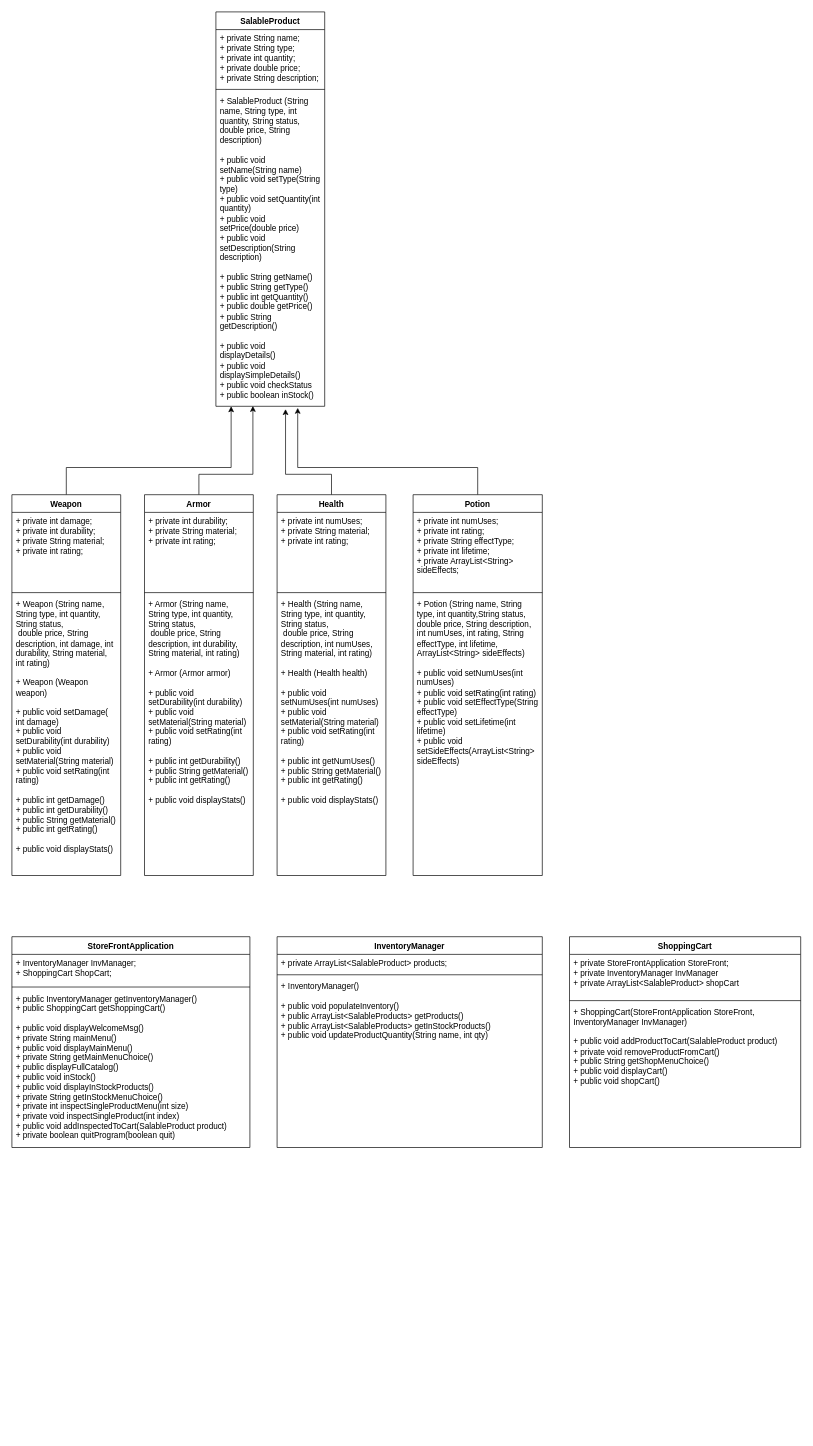
The draw.io diagram CST-239 (Java II)/workspaceCST-239/classProject/UMLs/ClassProjectUMLs.drawio in Kohl2233/KohlGCU, before the edit. Source tidied: cells renumbered, new cells numbered last; positions are measured from the earlier drawing's top-left corner, leaving out a move shared by most shapes. Both pictures are drawn from the tidied source at 68%, with x=0, y=0 at pixel (12, 12).
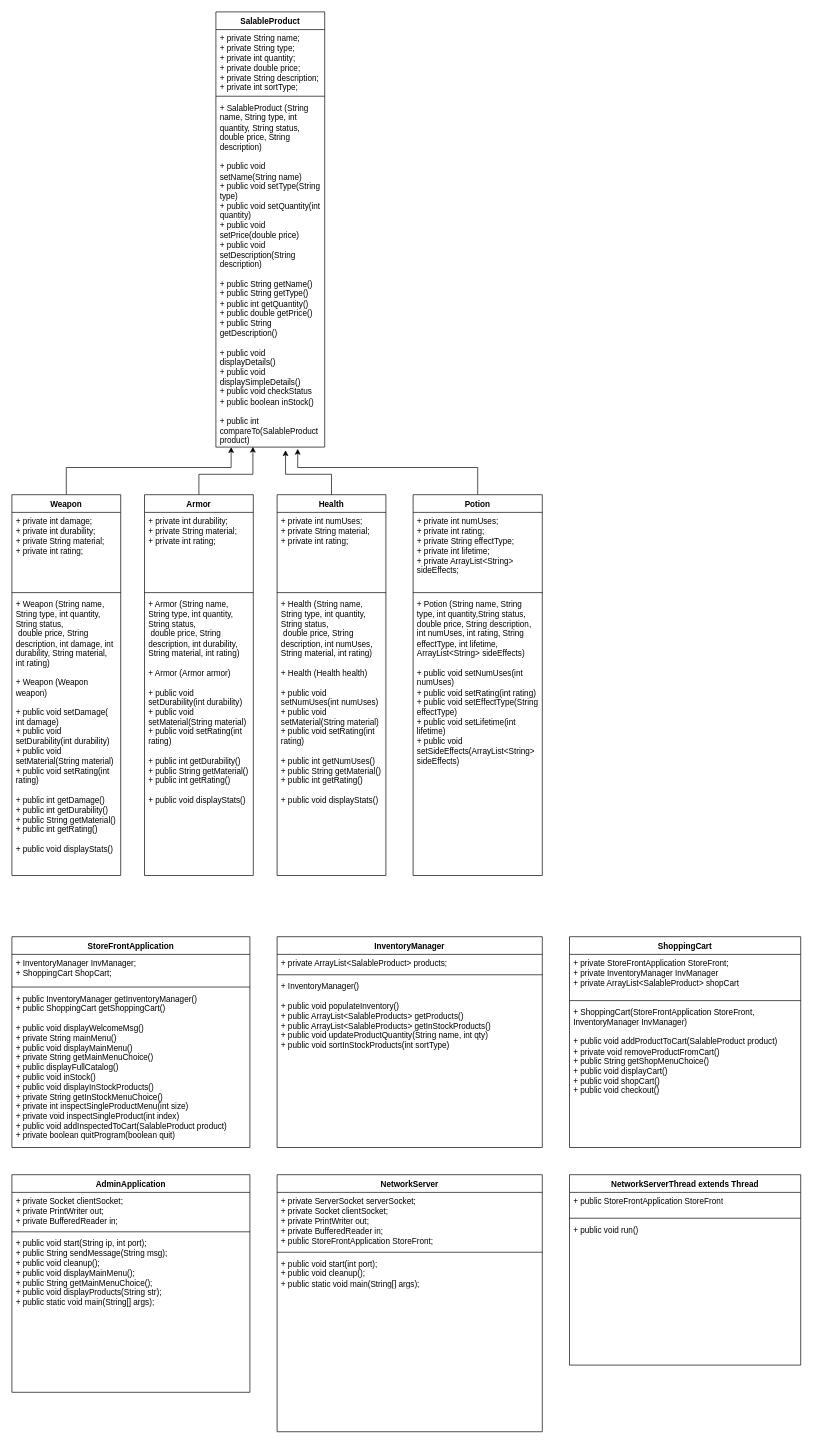
After the change.

The change refers to these unchanged cells:
```xml
<mxCell id="30" value="InventoryManager" style="swimlane;fontStyle=1;align=center;verticalAlign=top;horizontal=1;startSize=26;whiteSpace=wrap;html=1;" parent="1" vertex="1">
  <mxGeometry x="390" y="1360" width="390" height="310" as="geometry" />
</mxCell>
<mxCell id="34" value="ShoppingCart" style="swimlane;fontStyle=1;align=center;verticalAlign=top;horizontal=1;startSize=26;whiteSpace=wrap;html=1;" parent="1" vertex="1">
  <mxGeometry x="820" y="1360" width="340" height="310" as="geometry" />
</mxCell>
```

The edit, as a diff of the source:
```diff
@@
     <mxCell id="2" value="SalableProduct" style="swimlane;fontStyle=1;align=center;verticalAlign=top;horizontal=1;startSize=26;whiteSpace=wrap;html=1;" parent="1" vertex="1">
-      <mxGeometry x="300" width="160" height="580" as="geometry" />
+      <mxGeometry x="300" width="160" height="640" as="geometry" />
     </mxCell>
-    <mxCell id="3" value="+ private String name;&lt;br style=&quot;border-color: var(--border-color);&quot;&gt;+ private String type;&lt;br style=&quot;border-color: var(--border-color);&quot;&gt;+ private int quantity;&lt;br style=&quot;border-color: var(--border-color);&quot;&gt;+ private double price;&lt;br&gt;+ private String description;" style="text;strokeColor=none;fillColor=none;align=left;verticalAlign=top;spacingLeft=4;spacingRight=4;overflow=hidden;whiteSpace=wrap;html=1;" parent="2" vertex="1">
-      <mxGeometry y="26" width="160" height="84" as="geometry" />
+    <mxCell id="3" value="+ private String name;&lt;br style=&quot;border-color: var(--border-color);&quot;&gt;+ private String type;&lt;br style=&quot;border-color: var(--border-color);&quot;&gt;+ private int quantity;&lt;br style=&quot;border-color: var(--border-color);&quot;&gt;+ private double price;&lt;br&gt;+ private String description;&lt;br&gt;+ private int sortType;" style="text;strokeColor=none;fillColor=none;align=left;verticalAlign=top;spacingLeft=4;spacingRight=4;overflow=hidden;whiteSpace=wrap;html=1;" parent="2" vertex="1">
+      <mxGeometry y="26" width="160" height="94" as="geometry" />
     </mxCell>
     <mxCell id="4" style="line;strokeWidth=1;fillColor=none;align=left;verticalAlign=middle;spacingTop=-1;spacingLeft=3;spacingRight=3;labelPosition=right;strokeColor=inherit;" parent="2" vertex="1">
-      <mxGeometry y="110" width="160" height="8" as="geometry" />
+      <mxGeometry y="120" width="160" height="8" as="geometry" />
     </mxCell>
-    <mxCell id="5" value="+ SalableProduct (String name, String type, int quantity, String status,&amp;nbsp; double price, String description)&lt;br&gt;&lt;br&gt;+ public void setName(String name)&lt;br&gt;+ public void setType(String type)&lt;br&gt;+ public void setQuantity(int quantity)&lt;br&gt;+ public void setPrice(double price)&lt;br&gt;+ public void setDescription(String description)&lt;br&gt;&lt;br&gt;+ public String getName()&lt;br&gt;+ public String getType()&lt;br&gt;+ public int getQuantity()&lt;br&gt;+ public double getPrice()&lt;br&gt;+ public String getDescription()&lt;br&gt;&lt;br&gt;+ public void displayDetails()&lt;br&gt;+ public void displaySimpleDetails()&lt;br&gt;+ public void checkStatus&lt;br&gt;+ public boolean inStock()" style="text;strokeColor=none;fillColor=none;align=left;verticalAlign=top;spacingLeft=4;spacingRight=4;overflow=hidden;points=[[0,0.5],[1,0.5]];portConstraint=eastwest;whiteSpace=wrap;html=1;" parent="2" vertex="1">
-      <mxGeometry y="118" width="160" height="462" as="geometry" />
+    <mxCell id="5" value="+ SalableProduct (String name, String type, int quantity, String status,&amp;nbsp; double price, String description)&lt;br&gt;&lt;br&gt;+ public void setName(String name)&lt;br&gt;+ public void setType(String type)&lt;br&gt;+ public void setQuantity(int quantity)&lt;br&gt;+ public void setPrice(double price)&lt;br&gt;+ public void setDescription(String description)&lt;br&gt;&lt;br&gt;+ public String getName()&lt;br&gt;+ public String getType()&lt;br&gt;+ public int getQuantity()&lt;br&gt;+ public double getPrice()&lt;br&gt;+ public String getDescription()&lt;br&gt;&lt;br&gt;+ public void displayDetails()&lt;br&gt;+ public void displaySimpleDetails()&lt;br&gt;+ public void checkStatus&lt;br&gt;+ public boolean inStock()&lt;br&gt;&lt;br&gt;+ public int compareTo(SalableProduct product)" style="text;strokeColor=none;fillColor=none;align=left;verticalAlign=top;spacingLeft=4;spacingRight=4;overflow=hidden;points=[[0,0.5],[1,0.5]];portConstraint=eastwest;whiteSpace=wrap;html=1;" parent="2" vertex="1">
+      <mxGeometry y="128" width="160" height="512" as="geometry" />
     </mxCell>
@@
-    <mxCell id="33" value="+ InventoryManager()&lt;br&gt;&lt;br&gt;+ public void populateInventory()&lt;br&gt;+ public ArrayList&amp;lt;SalableProducts&amp;gt; getProducts()&lt;br&gt;+ public ArrayList&amp;lt;SalableProducts&amp;gt; getInStockProducts()&lt;br&gt;+ public void updateProductQuantity(String name, int qty)" style="text;strokeColor=none;fillColor=none;align=left;verticalAlign=top;spacingLeft=4;spacingRight=4;overflow=hidden;whiteSpace=wrap;html=1;" parent="30" vertex="1">
+    <mxCell id="33" value="+ InventoryManager()&lt;br&gt;&lt;br&gt;+ public void populateInventory()&lt;br&gt;+ public ArrayList&amp;lt;SalableProducts&amp;gt; getProducts()&lt;br&gt;+ public ArrayList&amp;lt;SalableProducts&amp;gt; getInStockProducts()&lt;br&gt;+ public void updateProductQuantity(String name, int qty)&lt;br&gt;+ public void sortInStockProducts(int sortType)" style="text;strokeColor=none;fillColor=none;align=left;verticalAlign=top;spacingLeft=4;spacingRight=4;overflow=hidden;whiteSpace=wrap;html=1;" parent="30" vertex="1">
       <mxGeometry y="60" width="390" height="250" as="geometry" />
     </mxCell>
@@
-    <mxCell id="37" value="+ ShoppingCart(StoreFrontApplication StoreFront, InventoryManager InvManager)&lt;br&gt;&lt;br&gt;+ public void addProductToCart(SalableProduct product)&lt;br&gt;+ private void removeProductFromCart()&lt;br&gt;+ public String getShopMenuChoice()&lt;br&gt;+ public void displayCart()&lt;br&gt;+ public void shopCart()" style="text;strokeColor=none;fillColor=none;align=left;verticalAlign=top;spacingLeft=4;spacingRight=4;overflow=hidden;whiteSpace=wrap;html=1;" parent="34" vertex="1">
+    <mxCell id="37" value="+ ShoppingCart(StoreFrontApplication StoreFront, InventoryManager InvManager)&lt;br&gt;&lt;br&gt;+ public void addProductToCart(SalableProduct product)&lt;br&gt;+ private void removeProductFromCart()&lt;br&gt;+ public String getShopMenuChoice()&lt;br&gt;+ public void displayCart()&lt;br&gt;+ public void shopCart()&lt;br&gt;+ public void checkout()" style="text;strokeColor=none;fillColor=none;align=left;verticalAlign=top;spacingLeft=4;spacingRight=4;overflow=hidden;whiteSpace=wrap;html=1;" parent="34" vertex="1">
       <mxGeometry y="98" width="340" height="212" as="geometry" />
     </mxCell>
+    <mxCell id="38" value="AdminApplication" style="swimlane;fontStyle=1;align=center;verticalAlign=top;horizontal=1;startSize=26;whiteSpace=wrap;html=1;" parent="1" vertex="1">
+      <mxGeometry y="1710" width="350" height="320" as="geometry" />
+    </mxCell>
+    <mxCell id="39" value="+ private Socket clientSocket;&lt;br&gt;+ private PrintWriter out;&lt;br&gt;+ private BufferedReader in;" style="text;strokeColor=none;fillColor=none;align=left;verticalAlign=top;spacingLeft=4;spacingRight=4;overflow=hidden;whiteSpace=wrap;html=1;" parent="38" vertex="1">
+      <mxGeometry y="26" width="350" height="54" as="geometry" />
+    </mxCell>
+    <mxCell id="40" style="line;strokeWidth=1;fillColor=none;align=left;verticalAlign=middle;spacingTop=-1;spacingLeft=3;spacingRight=3;labelPosition=right;strokeColor=inherit;" parent="38" vertex="1">
+      <mxGeometry y="80" width="350" height="8" as="geometry" />
+    </mxCell>
+    <mxCell id="41" value="+ public void start(String ip, int port);&lt;br&gt;+ public String sendMessage(String msg);&lt;br&gt;+ public void cleanup();&lt;br&gt;+ public void displayMainMenu();&lt;br&gt;+ public String getMainMenuChoice();&lt;br&gt;+ public void displayProducts(String str);&lt;br&gt;+ public static void main(String[] args);" style="text;strokeColor=none;fillColor=none;align=left;verticalAlign=top;spacingLeft=4;spacingRight=4;overflow=hidden;whiteSpace=wrap;html=1;" parent="38" vertex="1">
+      <mxGeometry y="88" width="350" height="232" as="geometry" />
+    </mxCell>
+    <mxCell id="42" value="NetworkServer" style="swimlane;fontStyle=1;align=center;verticalAlign=top;horizontal=1;startSize=26;whiteSpace=wrap;html=1;" parent="1" vertex="1">
+      <mxGeometry x="390" y="1710" width="390" height="378" as="geometry" />
+    </mxCell>
+    <mxCell id="43" value="+ private ServerSocket serverSocket;&lt;br&gt;+ private Socket clientSocket;&lt;br&gt;+ private PrintWriter out;&lt;br&gt;+ private BufferedReader in;&lt;br&gt;+ public StoreFrontApplication StoreFront;" style="text;strokeColor=none;fillColor=none;align=left;verticalAlign=top;spacingLeft=4;spacingRight=4;overflow=hidden;whiteSpace=wrap;html=1;" parent="42" vertex="1">
+      <mxGeometry y="26" width="390" height="84" as="geometry" />
+    </mxCell>
+    <mxCell id="44" style="line;strokeWidth=1;fillColor=none;align=left;verticalAlign=middle;spacingTop=-1;spacingLeft=3;spacingRight=3;labelPosition=right;strokeColor=inherit;" parent="42" vertex="1">
+      <mxGeometry y="110" width="390" height="8" as="geometry" />
+    </mxCell>
+    <mxCell id="45" value="+ public void start(int port);&lt;br&gt;+ public void cleanup();&lt;br&gt;+ public static void main(String[] args);" style="text;strokeColor=none;fillColor=none;align=left;verticalAlign=top;spacingLeft=4;spacingRight=4;overflow=hidden;whiteSpace=wrap;html=1;" parent="42" vertex="1">
+      <mxGeometry y="118" width="390" height="260" as="geometry" />
+    </mxCell>
+    <mxCell id="46" value="NetworkServerThread extends Thread" style="swimlane;fontStyle=1;align=center;verticalAlign=top;horizontal=1;startSize=26;whiteSpace=wrap;html=1;" parent="1" vertex="1">
+      <mxGeometry x="820" y="1710" width="340" height="280" as="geometry" />
+    </mxCell>
+    <mxCell id="47" value="+ public StoreFrontApplication StoreFront&lt;br&gt;" style="text;strokeColor=none;fillColor=none;align=left;verticalAlign=top;spacingLeft=4;spacingRight=4;overflow=hidden;whiteSpace=wrap;html=1;" parent="46" vertex="1">
+      <mxGeometry y="26" width="340" height="34" as="geometry" />
+    </mxCell>
+    <mxCell id="48" style="line;strokeWidth=1;fillColor=none;align=left;verticalAlign=middle;spacingTop=-1;spacingLeft=3;spacingRight=3;labelPosition=right;strokeColor=inherit;" parent="46" vertex="1">
+      <mxGeometry y="60" width="340" height="8" as="geometry" />
+    </mxCell>
+    <mxCell id="49" value="+ public void run()" style="text;strokeColor=none;fillColor=none;align=left;verticalAlign=top;spacingLeft=4;spacingRight=4;overflow=hidden;whiteSpace=wrap;html=1;" parent="46" vertex="1">
+      <mxGeometry y="68" width="340" height="212" as="geometry" />
+    </mxCell>
```
